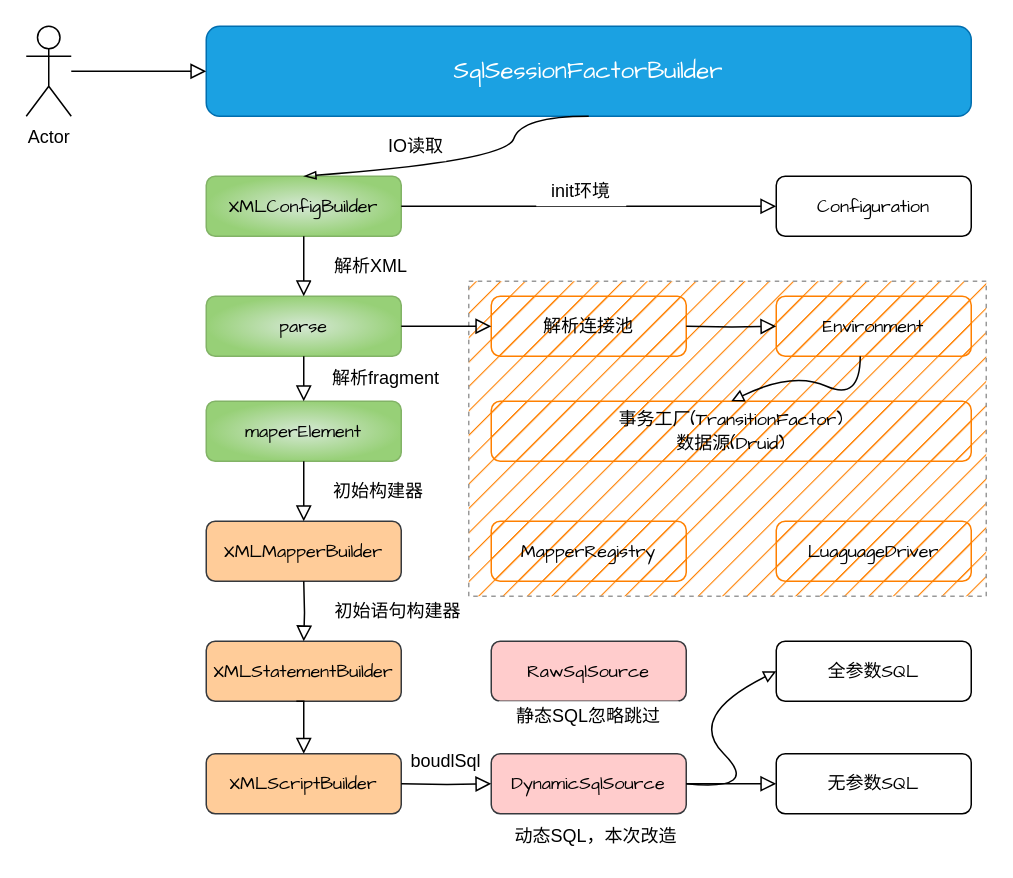
This is activity/未命名绘图.drawio from fengpan0403/bak1, a draw.io file, before an edit. Source tidied: cells renumbered, new cells numbered last; positions are measured from the earlier drawing's top-left corner, leaving out a move shared by most shapes. Both pictures are drawn from the tidied source at 150%, with x=0, y=0 at pixel (26, 26).
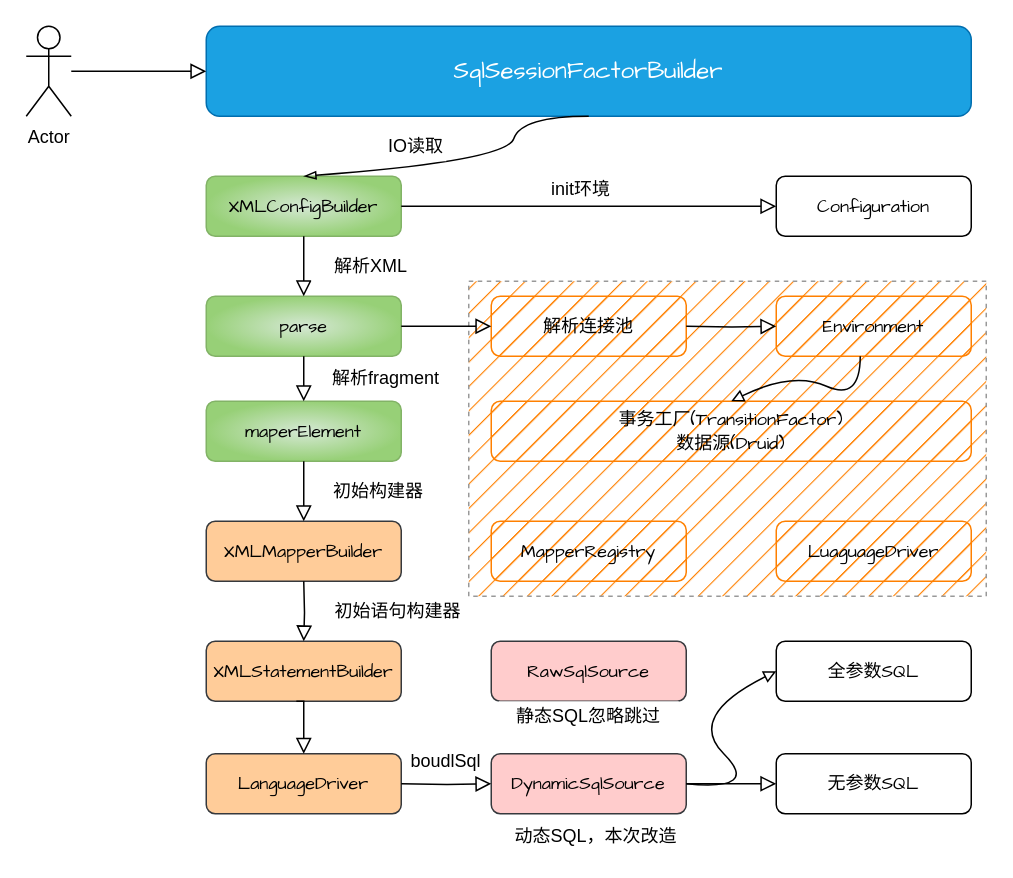
The same diagram, later.

Commit message:
更新未命名绘图.drawio

Change to the diagram source:
```diff
@@
     <mxCell id="12" value="init环境" style="rounded=0;whiteSpace=wrap;html=1;strokeColor=none;" parent="1" vertex="1">
-      <mxGeometry x="340" y="100" width="60" height="20" as="geometry" />
+      <mxGeometry x="340" y="99" width="60" height="20" as="geometry" />
     </mxCell>
@@
-    <mxCell id="33" value="&lt;font face=&quot;Comic Sans MS&quot;&gt;XMLScriptBuilder&lt;/font&gt;" style="rounded=1;whiteSpace=wrap;html=1;fontSize=12;glass=0;strokeWidth=1;shadow=0;gradientDirection=radial;fillStyle=auto;fillColor=#ffcc99;strokeColor=#36393d;" parent="1" vertex="1">
+    <mxCell id="33" value="&lt;font face=&quot;Comic Sans MS&quot;&gt;LanguageDriver&lt;/font&gt;" style="rounded=1;whiteSpace=wrap;html=1;fontSize=12;glass=0;strokeWidth=1;shadow=0;gradientDirection=radial;fillStyle=auto;fillColor=#ffcc99;strokeColor=#36393d;" parent="1" vertex="1">
       <mxGeometry x="120" y="485" width="130" height="40" as="geometry" />
     </mxCell>
```
